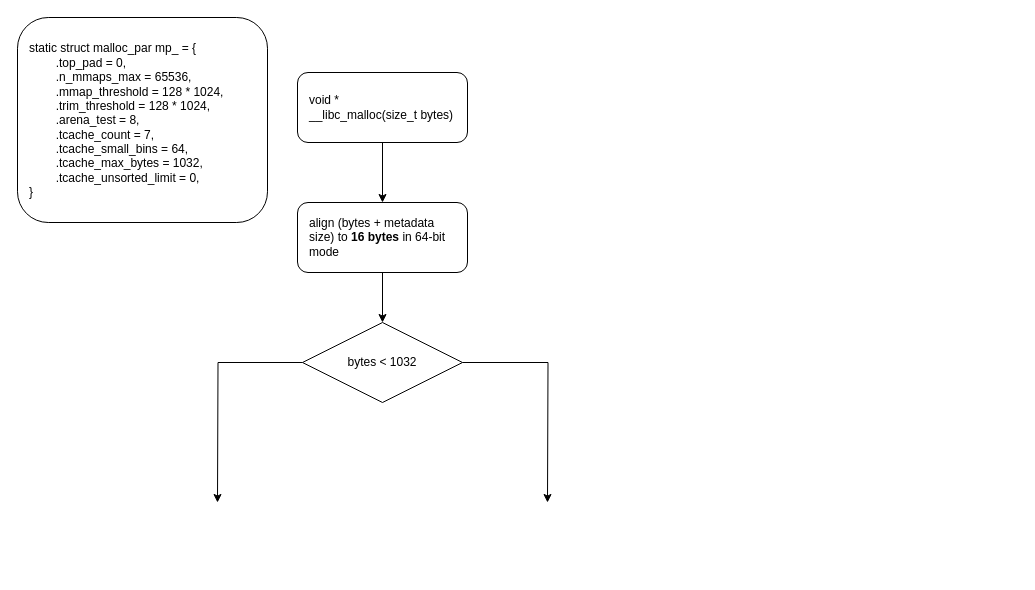
Above: malloc.drawio in BL-CZY/glibc_flowcharts (draw.io), before the change. Source tidied: cells renumbered, new cells numbered last; positions are measured from the earlier drawing's top-left corner, leaving out a move shared by most shapes. Both pictures are drawn from the tidied source at 100%, with x=0, y=0 at pixel (17, 17).
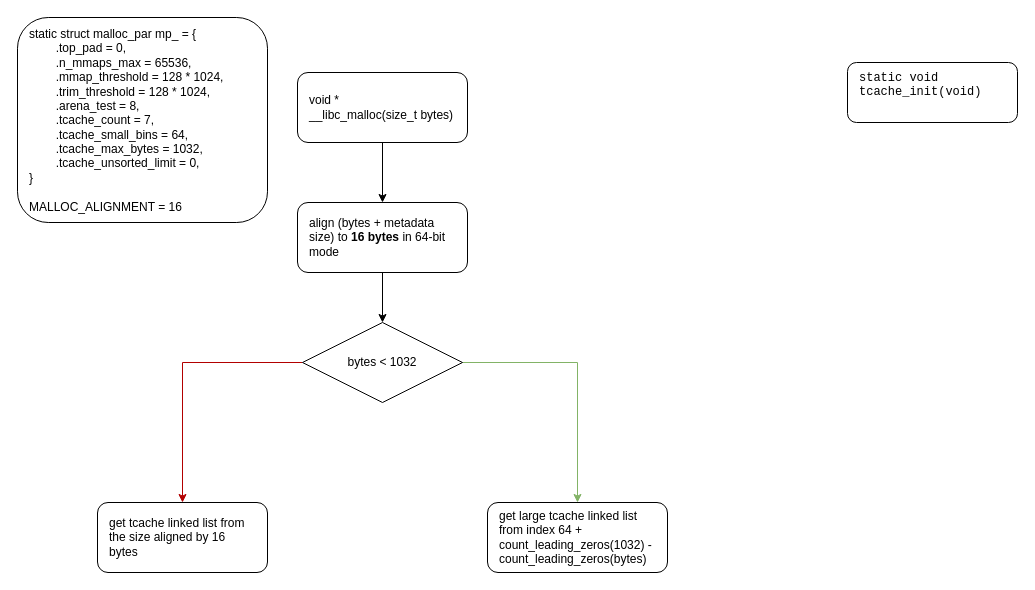
The same page after the edit.

Commit message:
Mettre à jour malloc.drawio

What changed in the source:
```diff
@@
 <mxGraphModel>
   <root>
     <mxCell id="0" />
     <mxCell id="1" parent="0" />
     <mxCell id="2" style="edgeStyle=orthogonalEdgeStyle;rounded=0;jettySize=auto;html=1;entryX=0.5;entryY=0;entryDx=0;entryDy=0;" parent="1" edge="1" source="3" target="5">
       <mxGeometry relative="1" as="geometry" />
     </mxCell>
     <mxCell id="3" value="&lt;div&gt;void *&lt;/div&gt;&lt;div&gt;__libc_malloc(size_t bytes)&lt;/div&gt;" style="rounded=1;whiteSpace=wrap;html=1;align=left;spacingLeft=10;spacingRight=10;" parent="1" vertex="1">
       <mxGeometry x="280" y="55" width="170" height="70" as="geometry" />
     </mxCell>
     <mxCell id="4" style="edgeStyle=orthogonalEdgeStyle;rounded=0;jettySize=auto;html=1;entryX=0.5;entryY=0;entryDx=0;entryDy=0;" parent="1" edge="1" source="5" target="8">
       <mxGeometry relative="1" as="geometry" />
     </mxCell>
     <mxCell id="5" value="align (bytes + metadata size) to &lt;b&gt;16 bytes&lt;/b&gt; in 64-bit mode" style="rounded=1;whiteSpace=wrap;html=1;align=left;spacingLeft=10;spacingRight=10;" parent="1" vertex="1">
       <mxGeometry x="280" y="185" width="170" height="70" as="geometry" />
     </mxCell>
-    <mxCell id="6" style="edgeStyle=orthogonalEdgeStyle;rounded=0;jettySize=auto;html=1;" parent="1" edge="1" source="8">
-      <mxGeometry relative="1" as="geometry">
-        <mxPoint x="200" y="485" as="targetPoint" />
-      </mxGeometry>
+    <mxCell id="6" style="edgeStyle=orthogonalEdgeStyle;rounded=0;jettySize=auto;html=1;entryX=0.5;entryY=0;entryDx=0;entryDy=0;fontColor=light-dark(#000000,#FF0000);fillColor=#e51400;strokeColor=light-dark(#B20000,#FF3422);curved=0;" parent="1" edge="1" source="8" target="12">
+      <mxGeometry relative="1" as="geometry" />
     </mxCell>
-    <mxCell id="7" style="edgeStyle=orthogonalEdgeStyle;rounded=0;jettySize=auto;html=1;" parent="1" edge="1" source="8">
-      <mxGeometry relative="1" as="geometry">
-        <mxPoint x="530" y="485" as="targetPoint" />
-      </mxGeometry>
+    <mxCell id="7" style="edgeStyle=orthogonalEdgeStyle;rounded=0;jettySize=auto;html=1;entryX=0.5;entryY=0;entryDx=0;entryDy=0;fillColor=#d5e8d4;gradientColor=#97d077;strokeColor=light-dark(#82B366,#9BFB64);" parent="1" edge="1" source="8" target="11">
+      <mxGeometry relative="1" as="geometry" />
     </mxCell>
     <mxCell id="8" value="bytes &amp;lt; 1032" style="rhombus;whiteSpace=wrap;html=1;" parent="1" vertex="1">
       <mxGeometry x="285" y="305" width="160" height="80" as="geometry" />
     </mxCell>
-    <mxCell id="9" value="&lt;div align=&quot;left&quot;&gt;static struct malloc_par mp_ = {&lt;/div&gt;&lt;div align=&quot;left&quot;&gt;&lt;span style=&quot;white-space: pre;&quot;&gt;&#9;&lt;/span&gt;.top_pad = 0,&lt;/div&gt;&lt;div align=&quot;left&quot;&gt;&lt;span style=&quot;white-space: pre;&quot;&gt;&#9;&lt;/span&gt;.n_mmaps_max = 65536,&lt;/div&gt;&lt;div align=&quot;left&quot;&gt;&lt;span style=&quot;white-space: pre;&quot;&gt;&#9;&lt;/span&gt;.mmap_threshold = 128 * 1024,&lt;/div&gt;&lt;div align=&quot;left&quot;&gt;&lt;span style=&quot;white-space: pre;&quot;&gt;&#9;&lt;/span&gt;.trim_threshold = 128 * 1024,&lt;/div&gt;&lt;div align=&quot;left&quot;&gt;&lt;span style=&quot;white-space: pre;&quot;&gt;&#9;&lt;/span&gt;.arena_test = 8,&lt;/div&gt;&lt;div align=&quot;left&quot;&gt;&lt;span style=&quot;white-space: pre;&quot;&gt;&#9;&lt;/span&gt;.tcache_count = 7,&lt;/div&gt;&lt;div align=&quot;left&quot;&gt;&lt;span style=&quot;white-space: pre;&quot;&gt;&#9;&lt;/span&gt;.tcache_small_bins = 64,&lt;/div&gt;&lt;div align=&quot;left&quot;&gt;&lt;span style=&quot;white-space: pre;&quot;&gt;&#9;&lt;/span&gt;.tcache_max_bytes = 1032,&lt;/div&gt;&lt;div align=&quot;left&quot;&gt;&lt;span style=&quot;white-space: pre;&quot;&gt;&#9;&lt;/span&gt;.tcache_unsorted_limit = 0,&lt;/div&gt;&lt;div align=&quot;left&quot;&gt;}&lt;/div&gt;" style="rounded=1;whiteSpace=wrap;html=1;align=left;spacingLeft=10;spacingRight=10;" parent="1" vertex="1">
+    <mxCell id="9" value="&lt;div align=&quot;left&quot;&gt;static struct malloc_par mp_ = {&lt;/div&gt;&lt;div align=&quot;left&quot;&gt;&lt;span style=&quot;white-space: pre;&quot;&gt;&#9;&lt;/span&gt;.top_pad = 0,&lt;/div&gt;&lt;div align=&quot;left&quot;&gt;&lt;span style=&quot;white-space: pre;&quot;&gt;&#9;&lt;/span&gt;.n_mmaps_max = 65536,&lt;/div&gt;&lt;div align=&quot;left&quot;&gt;&lt;span style=&quot;white-space: pre;&quot;&gt;&#9;&lt;/span&gt;.mmap_threshold = 128 * 1024,&lt;/div&gt;&lt;div align=&quot;left&quot;&gt;&lt;span style=&quot;white-space: pre;&quot;&gt;&#9;&lt;/span&gt;.trim_threshold = 128 * 1024,&lt;/div&gt;&lt;div align=&quot;left&quot;&gt;&lt;span style=&quot;white-space: pre;&quot;&gt;&#9;&lt;/span&gt;.arena_test = 8,&lt;/div&gt;&lt;div align=&quot;left&quot;&gt;&lt;span style=&quot;white-space: pre;&quot;&gt;&#9;&lt;/span&gt;.tcache_count = 7,&lt;/div&gt;&lt;div align=&quot;left&quot;&gt;&lt;span style=&quot;white-space: pre;&quot;&gt;&#9;&lt;/span&gt;.tcache_small_bins = 64,&lt;/div&gt;&lt;div align=&quot;left&quot;&gt;&lt;span style=&quot;white-space: pre;&quot;&gt;&#9;&lt;/span&gt;.tcache_max_bytes = 1032,&lt;/div&gt;&lt;div align=&quot;left&quot;&gt;&lt;span style=&quot;white-space: pre;&quot;&gt;&#9;&lt;/span&gt;.tcache_unsorted_limit = 0,&lt;/div&gt;&lt;div align=&quot;left&quot;&gt;}&lt;/div&gt;&lt;div align=&quot;left&quot;&gt;&lt;br&gt;&lt;/div&gt;&lt;div align=&quot;left&quot;&gt;MALLOC_ALIGNMENT = 16&lt;/div&gt;" style="rounded=1;whiteSpace=wrap;html=1;align=left;spacingLeft=10;spacingRight=10;" parent="1" vertex="1">
       <mxGeometry width="250" height="205" as="geometry" />
     </mxCell>
+    <mxCell id="10" value="&lt;div align=&quot;left&quot;&gt;&lt;pre&gt;&lt;span id=&quot;codeline-3379&quot; style=&quot;color: light-dark(rgb(0, 0, 0), rgb(251, 251, 251));&quot;&gt;&lt;span class=&quot;k&quot;&gt;static void&lt;/span&gt;&lt;br&gt;tcache_init(void)&lt;/span&gt;&lt;/pre&gt;&lt;span style=&quot;color: rgba(0, 0, 0, 0);&quot;&gt;&lt;span style=&quot;color: rgba(0, 0, 0, 0);&quot;&gt;&lt;span style=&quot;color: rgba(0, 0, 0, 0);&quot;&gt;&lt;br&gt;&lt;/span&gt;&lt;/span&gt;&lt;/span&gt;&lt;/div&gt;" style="rounded=1;whiteSpace=wrap;html=1;align=left;spacingLeft=10;spacingRight=10;" parent="1" vertex="1">
+      <mxGeometry x="830" y="45" width="170" height="60" as="geometry" />
+    </mxCell>
+    <mxCell id="11" value="get large tcache linked list from index&amp;nbsp;64 + count_leading_zeros(1032) - count_leading_zeros(bytes)" style="rounded=1;whiteSpace=wrap;html=1;align=left;spacingLeft=10;spacingRight=10;" parent="1" vertex="1">
+      <mxGeometry x="470" y="485" width="180" height="70" as="geometry" />
+    </mxCell>
+    <mxCell id="12" value="get tcache linked list from the size aligned by 16 bytes" style="rounded=1;whiteSpace=wrap;html=1;align=left;spacingLeft=10;spacingRight=10;" parent="1" vertex="1">
+      <mxGeometry x="80" y="485" width="170" height="70" as="geometry" />
+    </mxCell>
   </root>
 </mxGraphModel>
```
